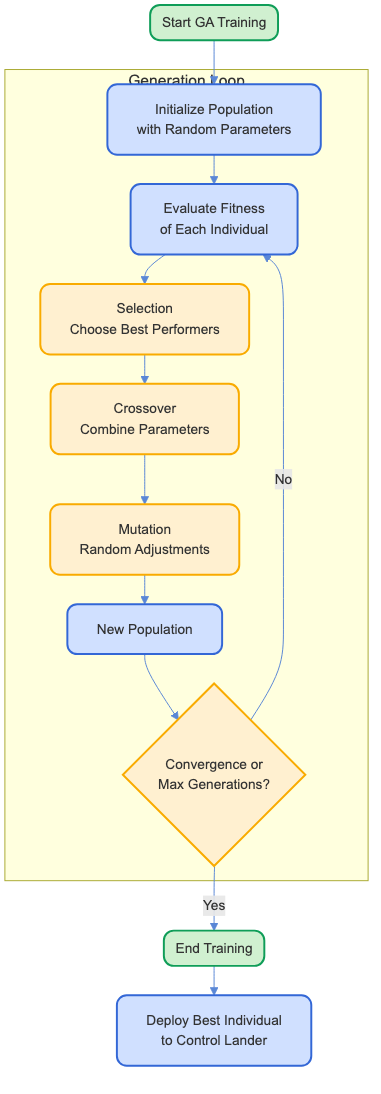
The Mermaid diagram slides/images/genetic_algorithm.png in Thomas-Chqt/NNLander, before a commit. Its source is kept beside it as slides/src/genetic_algorithm.mmd.
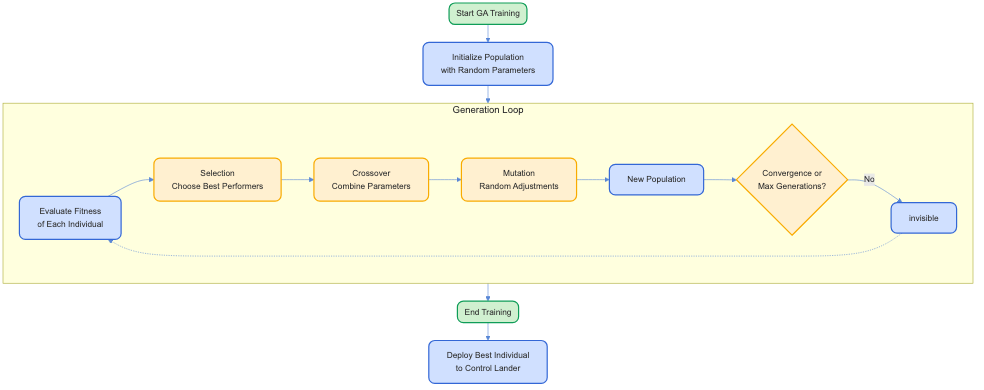
After the change.

Diff of the diagram source:
```diff
@@ -1,18 +1,17 @@
 flowchart TB
     start([Start GA Training]):::secondary --> init[Initialize Population<br>with Random Parameters]
+    init --> gen_loop
 
-    subgraph "Generation Loop"
-        init --> evaluate[Evaluate Fitness<br>of Each Individual]
-        evaluate --> selection[Selection<br>Choose Best Performers]:::tertiary
+    subgraph gen_loop[Generation Loop]
+        direction LR
+        evaluate[Evaluate Fitness<br>of Each Individual] --> selection[Selection<br>Choose Best Performers]:::tertiary
         selection --> crossover[Crossover<br>Combine Parameters]:::tertiary
         crossover --> mutation[Mutation<br>Random Adjustments]:::tertiary
         mutation --> new_pop[New Population]
         new_pop --> check{Convergence or<br>Max Generations?}:::decision
-        check -->|No| evaluate
+        check -->|No| back
+        back[invisible] -.-> evaluate
     end
 
-    check -->|Yes| finish([End Training]):::secondary
+    gen_loop --> finish([End Training]):::secondary
     finish --> deploy[Deploy Best Individual<br>to Control Lander]
-
-
-
```
